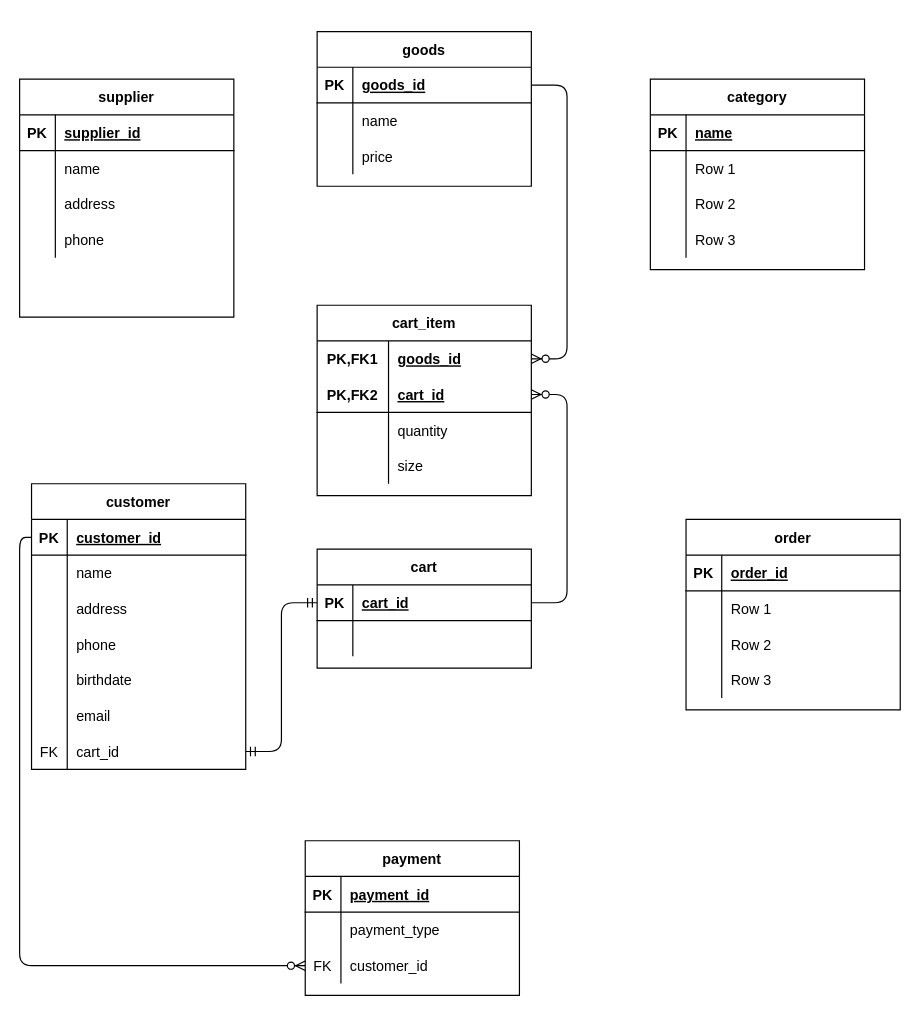
Earlier version of the draw.io diagram ermodel.drawio (BoshiLee/ecommerce). Source tidied: cells renumbered, new cells numbered last; positions are measured from the earlier drawing's top-left corner, leaving out a move shared by most shapes. Both pictures are drawn from the tidied source at 119%, with x=0, y=0 at pixel (19, 31).
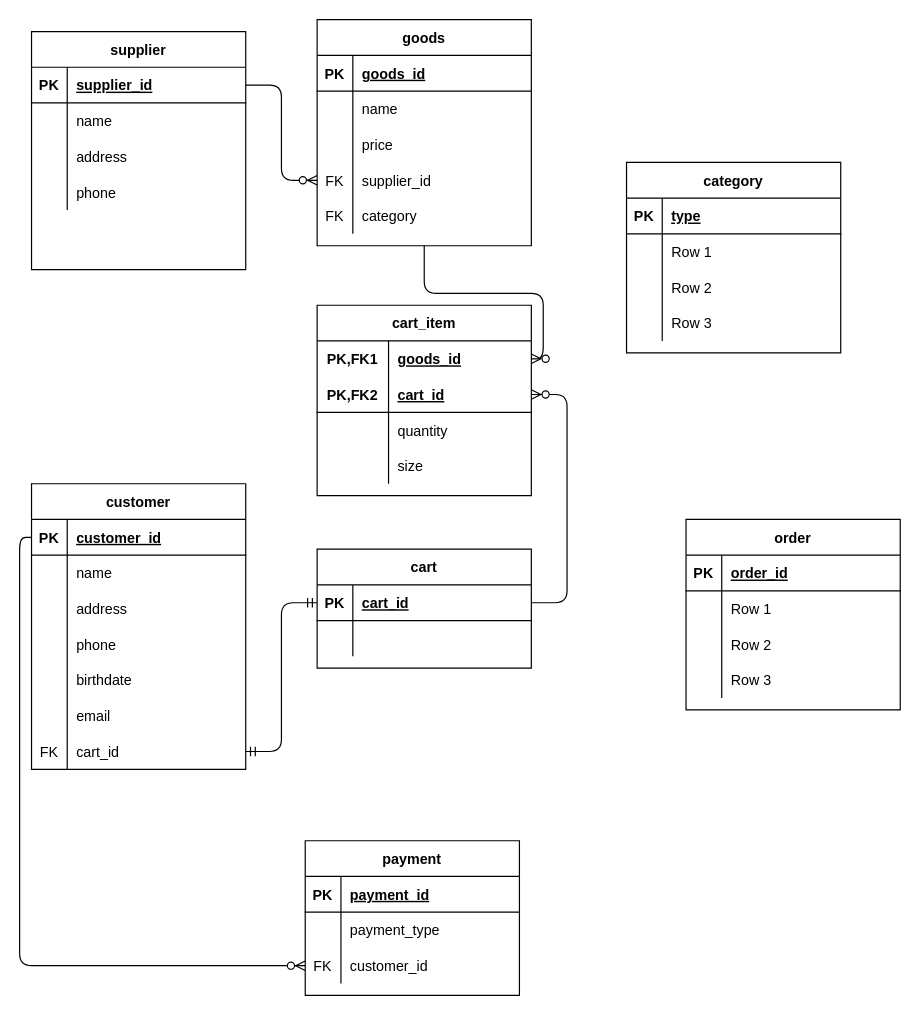
After the change.

The change refers to these unchanged cells:
```xml
<mxCell id="35" style="shape=partialRectangle;fillColor=none;top=0;left=0;bottom=1;right=0;points=[[0,0.5],[1,0.5]];portConstraint=eastwest;" parent="34" vertex="1">
  <mxGeometry y="30" width="180" height="30" as="geometry" />
</mxCell>
<mxCell id="48" style="shape=partialRectangle;fillColor=none;top=0;left=0;bottom=1;right=0;points=[[0,0.5],[1,0.5]];portConstraint=eastwest;" parent="47" vertex="1">
  <mxGeometry y="30" width="180" height="30" as="geometry" />
</mxCell>
<mxCell id="58" style="shape=partialRectangle;fillColor=none;top=0;left=0;bottom=1;right=0;" parent="57" vertex="1">
  <mxGeometry y="30" width="180" height="30" as="geometry" />
</mxCell>
<mxCell id="93" style="shape=partialRectangle;fillColor=none;top=0;left=0;bottom=0;right=0;points=[[0,0.5],[1,0.5]];portConstraint=eastwest;" parent="92" vertex="1">
  <mxGeometry y="30" width="180" height="30" as="geometry" />
</mxCell>
```

Diff of the diagram source:
```diff
@@
     <mxCell id="34" value="supplier" style="shape=table;startSize=30;childLayout=tableLayout;rowLines=0;fontStyle=1;align=center;" parent="1" vertex="1">
-      <mxGeometry y="40" width="180" height="200" as="geometry" />
+      <mxGeometry x="10" width="180" height="200" as="geometry" />
     </mxCell>
@@
     <mxCell id="47" value="goods" style="shape=table;startSize=30;childLayout=tableLayout;rowLines=0;fontStyle=1;align=center;" parent="1" vertex="1">
-      <mxGeometry x="250" width="180" height="130" as="geometry" />
+      <mxGeometry x="250" y="-10" width="180" height="190" as="geometry" />
     </mxCell>
@@
+    <mxCell id="107" style="shape=partialRectangle;fillColor=none;top=0;left=0;bottom=0;right=0;points=[[0,0.5],[1,0.5]];portConstraint=eastwest;" parent="47" vertex="1">
+      <mxGeometry y="120" width="180" height="30" as="geometry" />
+    </mxCell>
+    <mxCell id="108" value="FK" style="shape=partialRectangle;fillColor=none;top=0;left=0;bottom=0;right=0;fontStyle=0;overflow=hidden;" parent="107" vertex="1">
+      <mxGeometry width="30" height="30" as="geometry" />
+    </mxCell>
+    <mxCell id="109" value="supplier_id" style="shape=partialRectangle;fillColor=none;top=0;left=0;bottom=0;right=0;align=left;spacingLeft=6;fontStyle=0;overflow=hidden;" parent="107" vertex="1">
+      <mxGeometry x="30" width="150" height="30" as="geometry" />
+    </mxCell>
+    <mxCell id="110" style="shape=partialRectangle;fillColor=none;top=0;left=0;bottom=0;right=0;" parent="47" vertex="1">
+      <mxGeometry y="150" width="180" height="30" as="geometry" />
+    </mxCell>
+    <mxCell id="111" value="FK" style="shape=partialRectangle;fillColor=none;top=0;left=0;bottom=0;right=0;fontStyle=0;overflow=hidden;" parent="110" vertex="1">
+      <mxGeometry width="30" height="30" as="geometry" />
+    </mxCell>
+    <mxCell id="112" value="category" style="shape=partialRectangle;fillColor=none;top=0;left=0;bottom=0;right=0;align=left;spacingLeft=6;fontStyle=0;overflow=hidden;" parent="110" vertex="1">
+      <mxGeometry x="30" width="150" height="30" as="geometry" />
+    </mxCell>
     <mxCell id="57" value="category" style="shape=table;startSize=30;childLayout=tableLayout;rowLines=0;fontStyle=1;align=center;" parent="1" vertex="1">
-      <mxGeometry x="530" y="40" width="180" height="160" as="geometry" />
+      <mxGeometry x="510" y="110" width="180" height="160" as="geometry" />
     </mxCell>
@@
-    <mxCell id="60" value="name" style="shape=partialRectangle;fillColor=none;top=0;left=0;bottom=0;right=0;align=left;spacingLeft=6;fontStyle=5;overflow=hidden;" parent="58" vertex="1">
+    <mxCell id="60" value="type" style="shape=partialRectangle;fillColor=none;top=0;left=0;bottom=0;right=0;align=left;spacingLeft=6;fontStyle=5;overflow=hidden;" parent="58" vertex="1">
       <mxGeometry x="30" width="150" height="30" as="geometry" />
     </mxCell>
@@
-    <mxCell id="106" style="edgeStyle=entityRelationEdgeStyle;fontSize=12;html=1;endArrow=ERzeroToMany;endFill=1;entryX=1;entryY=0.5;entryDx=0;entryDy=0;exitX=1;exitY=0.5;exitDx=0;exitDy=0;" parent="1" edge="1" source="48" target="93">
+    <mxCell id="106" style="edgeStyle=orthogonalEdgeStyle;fontSize=12;html=1;endArrow=ERzeroToMany;endFill=1;entryX=1;entryY=0.5;entryDx=0;entryDy=0;exitX=0.5;exitY=1;exitDx=0;exitDy=0;" parent="1" edge="1" source="47" target="93">
       <mxGeometry relative="1" as="geometry" />
     </mxCell>
+    <mxCell id="113" style="edgeStyle=entityRelationEdgeStyle;fontSize=12;html=1;endArrow=ERzeroToMany;endFill=1;entryX=0;entryY=0.5;entryDx=0;entryDy=0;exitX=1;exitY=0.5;exitDx=0;exitDy=0;" parent="1" edge="1" source="35" target="107">
+      <mxGeometry relative="1" as="geometry" />
+    </mxCell>
```
